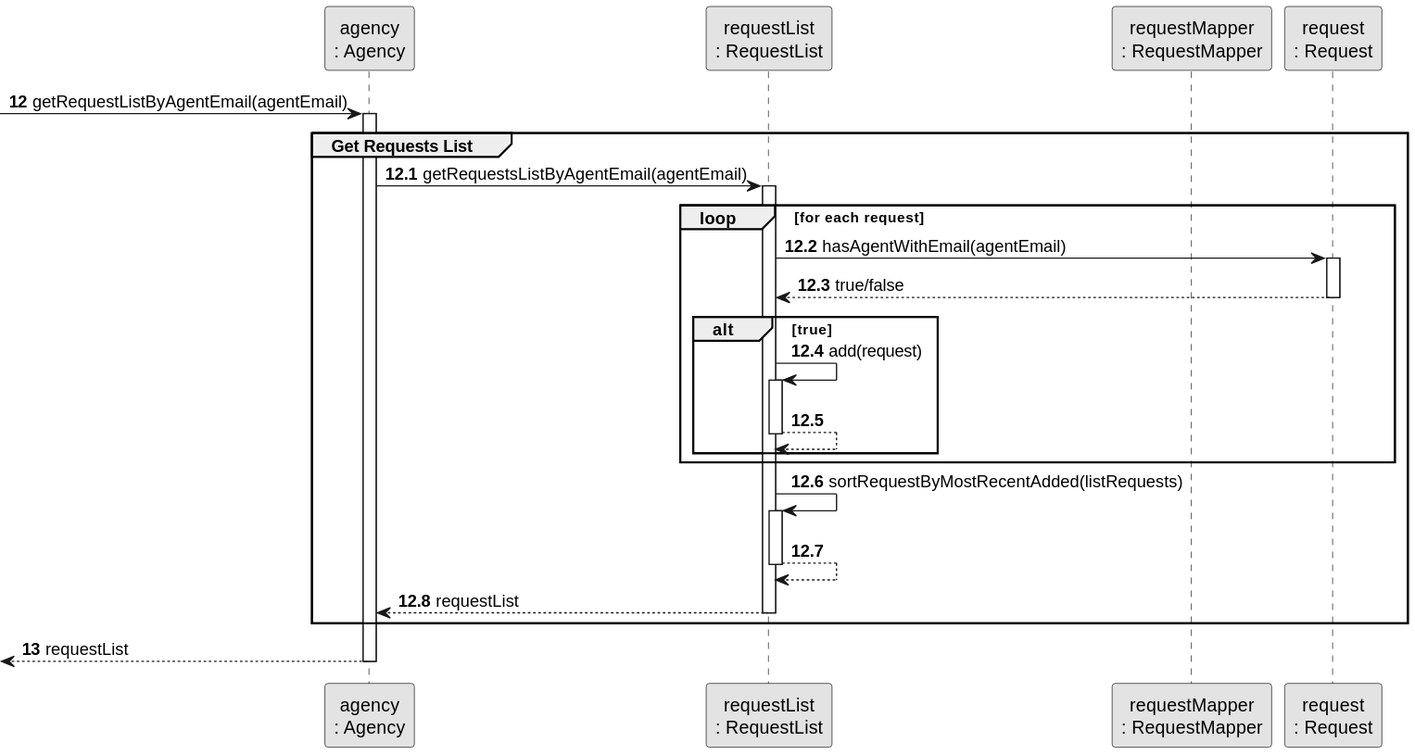
Before: docs/sprintD/us008/03.design/svg/us008-sequence-diagram-partial-get-requests-list.svg, a diagram exported from PlantUML (rita-barbosa/LAPR2-2223). Source of this version:
```plantuml
@startuml
skinparam monochrome true
skinparam packageStyle rectangle
skinparam shadowing false



participant "agency\n: Agency" as AGENCY
participant "requestList\n: RequestList" as ReqList
participant "requestMapper\n: RequestMapper" as ReqMapper
participant "request\n: Request" as REQUEST

autonumber 12
    -> AGENCY: getRequestListByAgentEmail(agentEmail)
    activate AGENCY

group Get Requests List
autonumber 12.1

        AGENCY -> ReqList : getRequestsListByAgentEmail(agentEmail)
        activate ReqList

        loop for each request
         ReqList -> REQUEST : hasAgentWithEmail(agentEmail)
         activate REQUEST

         REQUEST --> ReqList : true/false
         deactivate REQUEST

             alt true
             ReqList -> ReqList : add(request)
             activate ReqList

             ReqList --> ReqList :
             deactivate ReqList
             end

         end

         ReqList -> ReqList : sortRequestByMostRecentAdded(listRequests)
         activate ReqList

         ReqList --> ReqList :
         deactivate ReqList

         ReqList --> AGENCY : requestList
         deactivate ReqList


end group
autonumber 13
     <-- AGENCY: requestList
     deactivate AGENCY
@enduml
```
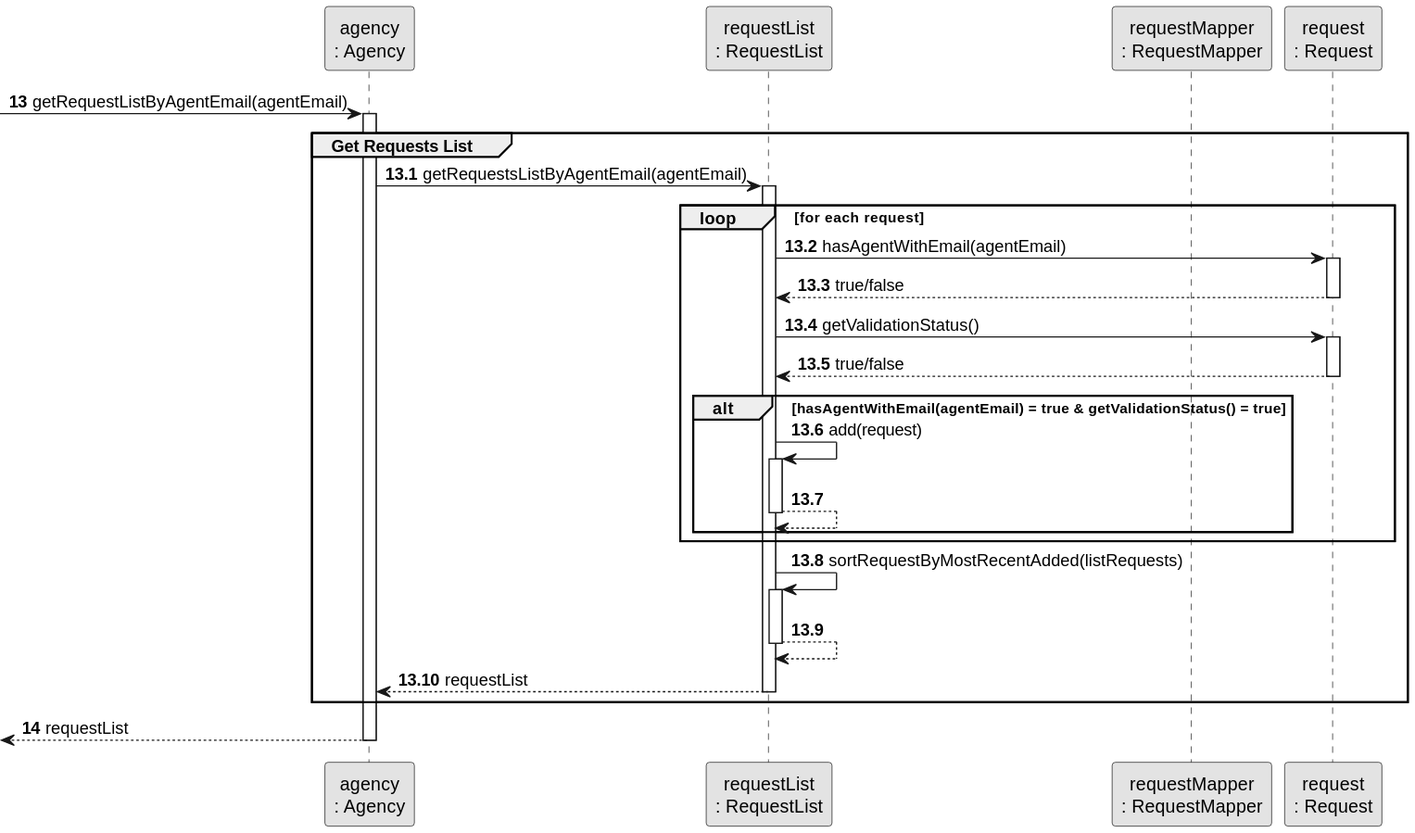
After the commit.

Diff of the diagram source:
```diff
@@ -10,12 +10,12 @@
 participant "requestMapper\n: RequestMapper" as ReqMapper
 participant "request\n: Request" as REQUEST
 
-autonumber 12
+autonumber 13
     -> AGENCY: getRequestListByAgentEmail(agentEmail)
     activate AGENCY
 
 group Get Requests List
-autonumber 12.1
+autonumber 13.1
 
         AGENCY -> ReqList : getRequestsListByAgentEmail(agentEmail)
         activate ReqList
@@ -27,7 +27,13 @@
          REQUEST --> ReqList : true/false
          deactivate REQUEST
 
-             alt true
+         ReqList -> REQUEST : getValidationStatus()
+          activate REQUEST
+
+          REQUEST --> ReqList : true/false
+          deactivate REQUEST
+
+             alt hasAgentWithEmail(agentEmail) = true & getValidationStatus() = true
              ReqList -> ReqList : add(request)
              activate ReqList
 
@@ -48,7 +54,7 @@
 
 
 end group
-autonumber 13
+autonumber 14
      <-- AGENCY: requestList
      deactivate AGENCY
 @enduml
```
